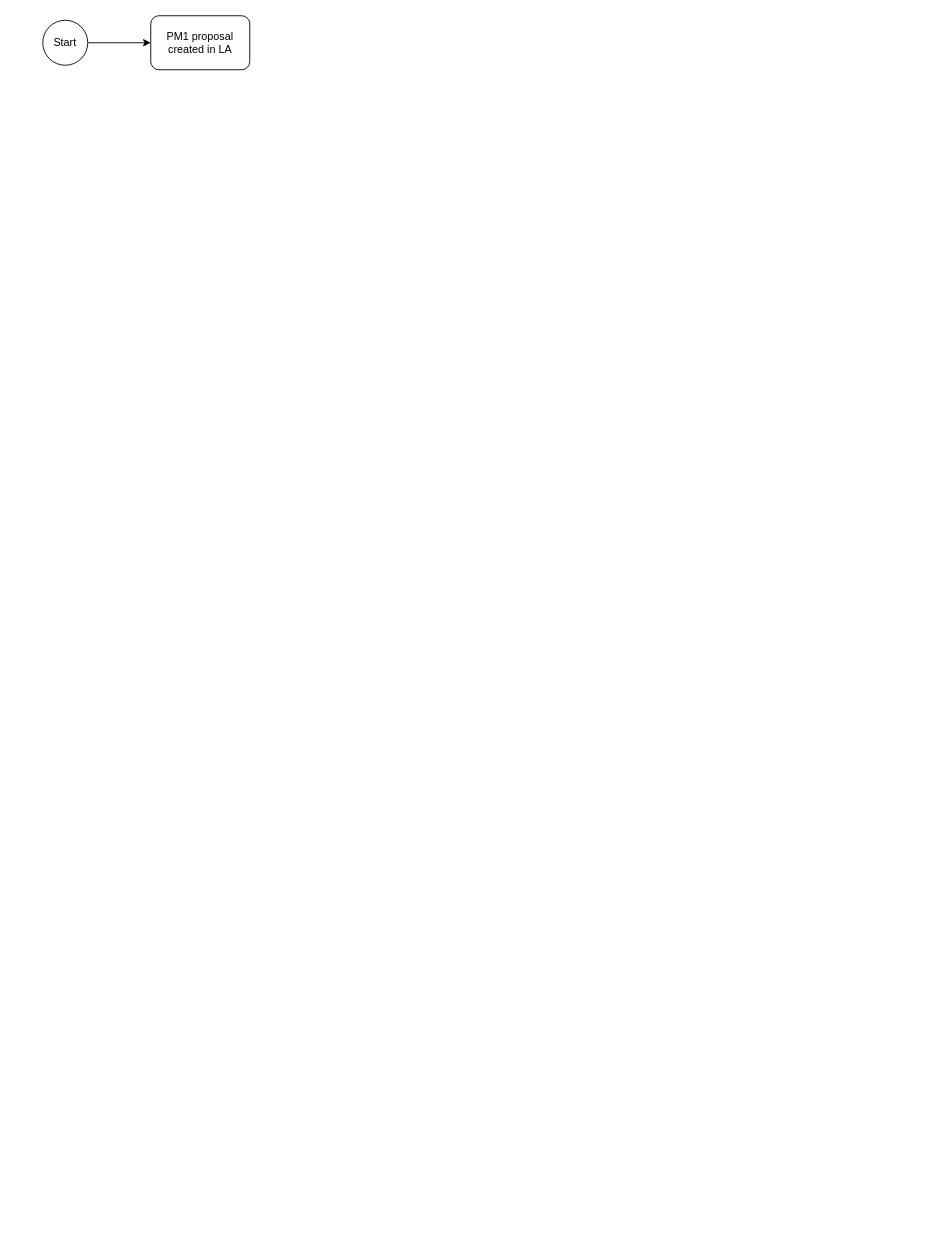
The draw.io diagram page "PruShield Projection" (10 of 11) of HS.drawio in Jefferzonlee/WorkFlow-BPR, before the edit. Source tidied: cells renumbered, new cells numbered last; positions are measured from the earlier drawing's top-left corner, leaving out a move shared by most shapes. Both pictures are drawn from the tidied source at 90%, with x=0, y=0 at pixel (42, 15).
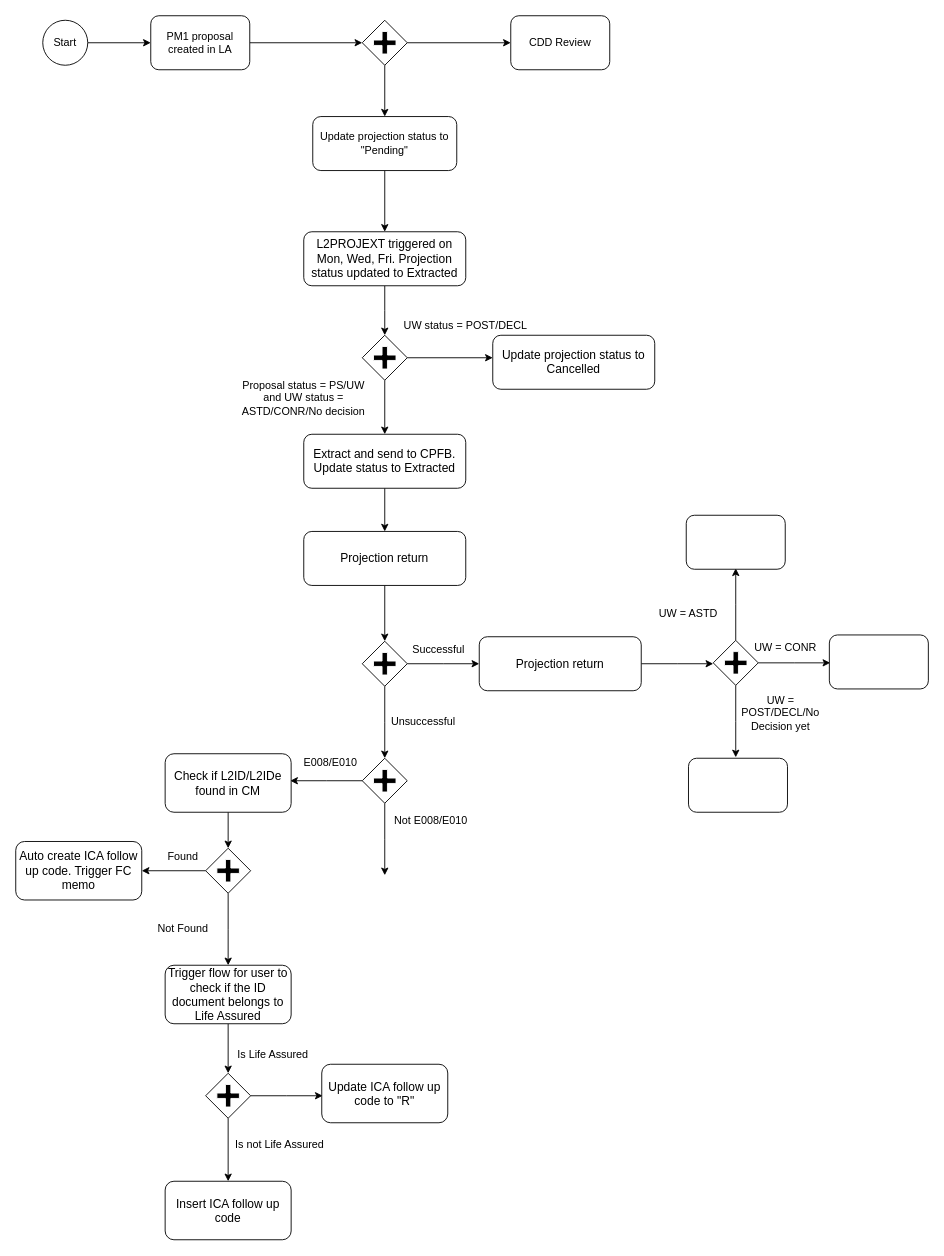
After the change.

Unchanged cells that the change refers to:
```xml
<mxCell id="4" value="PM1 proposal created in LA" style="rounded=1;whiteSpace=wrap;html=1;" parent="1" vertex="1">
  <mxGeometry x="120" width="110" height="60" as="geometry" />
</mxCell>
```

The edit, as a diff of the source:
```diff
@@
+    <mxCell id="5" style="edgeStyle=orthogonalEdgeStyle;rounded=0;jettySize=auto;html=1;entryX=0;entryY=0.5;entryDx=0;entryDy=0;" parent="1" edge="1" source="4" target="16">
+      <mxGeometry relative="1" as="geometry" />
+    </mxCell>
@@
+    <mxCell id="6" style="edgeStyle=orthogonalEdgeStyle;rounded=0;jettySize=auto;html=1;" parent="1" edge="1" source="7" target="9">
+      <mxGeometry relative="1" as="geometry" />
+    </mxCell>
+    <mxCell id="7" value="Update projection status to &quot;Pending&quot;" style="rounded=1;whiteSpace=wrap;html=1;" parent="1" vertex="1">
+      <mxGeometry x="300" y="112" width="160" height="60" as="geometry" />
+    </mxCell>
+    <mxCell id="8" style="edgeStyle=orthogonalEdgeStyle;rounded=0;jettySize=auto;html=1;" parent="1" edge="1" source="9">
+      <mxGeometry relative="1" as="geometry">
+        <mxPoint x="380" y="355" as="targetPoint" />
+      </mxGeometry>
+    </mxCell>
+    <mxCell id="9" value="&lt;span lang=&quot;EN-AU&quot; style=&quot;font-size: 10.0pt ; font-family: &amp;#34;arial&amp;#34; , sans-serif&quot;&gt;L2PROJEXT triggered on Mon, Wed, Fri. Projection status updated to Extracted&lt;/span&gt;" style="rounded=1;whiteSpace=wrap;html=1;" parent="1" vertex="1">
+      <mxGeometry x="290" y="240" width="180" height="60" as="geometry" />
+    </mxCell>
+    <mxCell id="10" style="edgeStyle=orthogonalEdgeStyle;rounded=0;jettySize=auto;html=1;" parent="1" edge="1" source="11" target="13">
+      <mxGeometry relative="1" as="geometry" />
+    </mxCell>
+    <mxCell id="11" value="&lt;span lang=&quot;EN-AU&quot; style=&quot;font-size: 10.0pt ; font-family: &amp;#34;arial&amp;#34; , sans-serif&quot;&gt;Extract and send to CPFB. Update status to Extracted&lt;/span&gt;" style="rounded=1;whiteSpace=wrap;html=1;" parent="1" vertex="1">
+      <mxGeometry x="290" y="465" width="180" height="60" as="geometry" />
+    </mxCell>
+    <mxCell id="12" style="edgeStyle=orthogonalEdgeStyle;rounded=0;jettySize=auto;html=1;entryX=0.5;entryY=0;entryDx=0;entryDy=0;" parent="1" edge="1" source="13" target="26">
+      <mxGeometry relative="1" as="geometry" />
+    </mxCell>
+    <mxCell id="13" value="&lt;span lang=&quot;EN-AU&quot; style=&quot;font-size: 10.0pt ; font-family: &amp;#34;arial&amp;#34; , sans-serif&quot;&gt;Projection return&lt;/span&gt;" style="rounded=1;whiteSpace=wrap;html=1;" parent="1" vertex="1">
+      <mxGeometry x="290" y="573" width="180" height="60" as="geometry" />
+    </mxCell>
+    <mxCell id="14" style="edgeStyle=orthogonalEdgeStyle;rounded=0;jettySize=auto;html=1;entryX=0;entryY=0.5;entryDx=0;entryDy=0;" parent="1" edge="1" source="16" target="17">
+      <mxGeometry relative="1" as="geometry" />
+    </mxCell>
+    <mxCell id="15" style="edgeStyle=orthogonalEdgeStyle;rounded=0;jettySize=auto;html=1;entryX=0.5;entryY=0;entryDx=0;entryDy=0;" parent="1" edge="1" source="16" target="7">
+      <mxGeometry relative="1" as="geometry" />
+    </mxCell>
+    <mxCell id="16" style="shape=mxgraph.bpmn.shape;html=1;verticalLabelPosition=bottom;labelBackgroundColor=#ffffff;verticalAlign=top;align=center;perimeter=rhombusPerimeter;background=gateway;outlineConnect=0;outline=none;symbol=parallelGw;" parent="1" vertex="1">
+      <mxGeometry x="355" y="5" width="50" height="50" as="geometry" />
+    </mxCell>
+    <mxCell id="17" value="CDD Review" style="rounded=1;whiteSpace=wrap;html=1;" parent="1" vertex="1">
+      <mxGeometry x="520" width="110" height="60" as="geometry" />
+    </mxCell>
+    <mxCell id="18" style="edgeStyle=orthogonalEdgeStyle;rounded=0;jettySize=auto;html=1;" parent="1" edge="1" source="20">
+      <mxGeometry relative="1" as="geometry">
+        <mxPoint x="500" y="380" as="targetPoint" />
+      </mxGeometry>
+    </mxCell>
+    <mxCell id="19" style="edgeStyle=orthogonalEdgeStyle;rounded=0;jettySize=auto;html=1;entryX=0.5;entryY=0;entryDx=0;entryDy=0;" parent="1" edge="1" source="20" target="11">
+      <mxGeometry relative="1" as="geometry" />
+    </mxCell>
+    <mxCell id="20" style="shape=mxgraph.bpmn.shape;html=1;verticalLabelPosition=bottom;labelBackgroundColor=#ffffff;verticalAlign=top;align=center;perimeter=rhombusPerimeter;background=gateway;outlineConnect=0;outline=none;symbol=parallelGw;" parent="1" vertex="1">
+      <mxGeometry x="355" y="355" width="50" height="50" as="geometry" />
+    </mxCell>
+    <mxCell id="21" value="Proposal status = PS/UW and UW status = ASTD/CONR/No decision" style="text;html=1;strokeColor=none;fillColor=none;align=center;verticalAlign=middle;whiteSpace=wrap;rounded=0;" parent="1" vertex="1">
+      <mxGeometry x="210" y="415" width="160" height="20" as="geometry" />
+    </mxCell>
+    <mxCell id="22" value="UW status = POST/DECL" style="text;html=1;strokeColor=none;fillColor=none;align=center;verticalAlign=middle;whiteSpace=wrap;rounded=0;" parent="1" vertex="1">
+      <mxGeometry x="390" y="335" width="160" height="20" as="geometry" />
+    </mxCell>
+    <mxCell id="23" value="&lt;span lang=&quot;EN-AU&quot; style=&quot;font-size: 10.0pt ; font-family: &amp;#34;arial&amp;#34; , sans-serif&quot;&gt;Update projection status to Cancelled&lt;/span&gt;" style="rounded=1;whiteSpace=wrap;html=1;" parent="1" vertex="1">
+      <mxGeometry x="500" y="355" width="180" height="60" as="geometry" />
+    </mxCell>
+    <mxCell id="24" style="edgeStyle=orthogonalEdgeStyle;rounded=0;jettySize=auto;html=1;" parent="1" edge="1" source="26">
+      <mxGeometry relative="1" as="geometry">
+        <mxPoint x="485" y="720" as="targetPoint" />
+      </mxGeometry>
+    </mxCell>
+    <mxCell id="25" style="edgeStyle=orthogonalEdgeStyle;rounded=0;jettySize=auto;html=1;" parent="1" edge="1" source="26">
+      <mxGeometry relative="1" as="geometry">
+        <mxPoint x="380" y="825" as="targetPoint" />
+      </mxGeometry>
+    </mxCell>
+    <mxCell id="26" style="shape=mxgraph.bpmn.shape;html=1;verticalLabelPosition=bottom;labelBackgroundColor=#ffffff;verticalAlign=top;align=center;perimeter=rhombusPerimeter;background=gateway;outlineConnect=0;outline=none;symbol=parallelGw;" parent="1" vertex="1">
+      <mxGeometry x="355" y="695" width="50" height="50" as="geometry" />
+    </mxCell>
+    <mxCell id="27" style="edgeStyle=orthogonalEdgeStyle;rounded=0;jettySize=auto;html=1;" parent="1" edge="1" source="28">
+      <mxGeometry relative="1" as="geometry">
+        <mxPoint x="745" y="720" as="targetPoint" />
+      </mxGeometry>
+    </mxCell>
+    <mxCell id="28" value="&lt;span lang=&quot;EN-AU&quot; style=&quot;font-size: 10.0pt ; font-family: &amp;#34;arial&amp;#34; , sans-serif&quot;&gt;Projection return&lt;/span&gt;" style="rounded=1;whiteSpace=wrap;html=1;" parent="1" vertex="1">
+      <mxGeometry x="485" y="690" width="180" height="60" as="geometry" />
+    </mxCell>
+    <mxCell id="29" value="Successful" style="text;html=1;strokeColor=none;fillColor=none;align=center;verticalAlign=middle;whiteSpace=wrap;rounded=0;" parent="1" vertex="1">
+      <mxGeometry x="420" y="695" width="40" height="20" as="geometry" />
+    </mxCell>
+    <mxCell id="30" value="Unsuccessful" style="text;html=1;strokeColor=none;fillColor=none;align=center;verticalAlign=middle;whiteSpace=wrap;rounded=0;" parent="1" vertex="1">
+      <mxGeometry x="403" y="775" width="40" height="20" as="geometry" />
+    </mxCell>
+    <mxCell id="31" style="edgeStyle=orthogonalEdgeStyle;rounded=0;jettySize=auto;html=1;" parent="1" edge="1" source="33">
+      <mxGeometry relative="1" as="geometry">
+        <mxPoint x="275" y="850" as="targetPoint" />
+      </mxGeometry>
+    </mxCell>
+    <mxCell id="32" style="edgeStyle=orthogonalEdgeStyle;rounded=0;jettySize=auto;html=1;" parent="1" edge="1" source="33">
+      <mxGeometry relative="1" as="geometry">
+        <mxPoint x="380" y="955" as="targetPoint" />
+      </mxGeometry>
+    </mxCell>
+    <mxCell id="33" style="shape=mxgraph.bpmn.shape;html=1;verticalLabelPosition=bottom;labelBackgroundColor=#ffffff;verticalAlign=top;align=center;perimeter=rhombusPerimeter;background=gateway;outlineConnect=0;outline=none;symbol=parallelGw;" parent="1" vertex="1">
+      <mxGeometry x="355" y="825" width="50" height="50" as="geometry" />
+    </mxCell>
+    <mxCell id="34" style="edgeStyle=orthogonalEdgeStyle;rounded=0;jettySize=auto;html=1;" parent="1" edge="1" source="37">
+      <mxGeometry relative="1" as="geometry">
+        <mxPoint x="770" y="614" as="targetPoint" />
+      </mxGeometry>
+    </mxCell>
+    <mxCell id="35" style="edgeStyle=orthogonalEdgeStyle;rounded=0;jettySize=auto;html=1;" parent="1" edge="1" source="37">
+      <mxGeometry relative="1" as="geometry">
+        <mxPoint x="875" y="719" as="targetPoint" />
+      </mxGeometry>
+    </mxCell>
+    <mxCell id="36" style="edgeStyle=orthogonalEdgeStyle;rounded=0;jettySize=auto;html=1;" parent="1" edge="1" source="37">
+      <mxGeometry relative="1" as="geometry">
+        <mxPoint x="770" y="824" as="targetPoint" />
+      </mxGeometry>
+    </mxCell>
+    <mxCell id="37" style="shape=mxgraph.bpmn.shape;html=1;verticalLabelPosition=bottom;labelBackgroundColor=#ffffff;verticalAlign=top;align=center;perimeter=rhombusPerimeter;background=gateway;outlineConnect=0;outline=none;symbol=parallelGw;" parent="1" vertex="1">
+      <mxGeometry x="745" y="694" width="50" height="50" as="geometry" />
+    </mxCell>
+    <mxCell id="38" style="rounded=1;whiteSpace=wrap;html=1;" parent="1" vertex="1">
+      <mxGeometry x="715" y="555" width="110" height="60" as="geometry" />
+    </mxCell>
+    <mxCell id="39" value="UW = ASTD" style="text;html=1;strokeColor=none;fillColor=none;align=center;verticalAlign=middle;whiteSpace=wrap;rounded=0;" parent="1" vertex="1">
+      <mxGeometry x="680" y="655" width="75" height="20" as="geometry" />
+    </mxCell>
+    <mxCell id="40" style="rounded=1;whiteSpace=wrap;html=1;" parent="1" vertex="1">
+      <mxGeometry x="874" y="688" width="110" height="60" as="geometry" />
+    </mxCell>
+    <mxCell id="41" value="UW = CONR" style="text;html=1;strokeColor=none;fillColor=none;align=center;verticalAlign=middle;whiteSpace=wrap;rounded=0;" parent="1" vertex="1">
+      <mxGeometry x="787.5" y="692" width="75" height="20" as="geometry" />
+    </mxCell>
+    <mxCell id="42" style="rounded=1;whiteSpace=wrap;html=1;" parent="1" vertex="1">
+      <mxGeometry x="717.5" y="825" width="110" height="60" as="geometry" />
+    </mxCell>
+    <mxCell id="43" value="UW = POST/DECL/No Decision yet" style="text;html=1;strokeColor=none;fillColor=none;align=center;verticalAlign=middle;whiteSpace=wrap;rounded=0;" parent="1" vertex="1">
+      <mxGeometry x="780" y="765" width="80" height="20" as="geometry" />
+    </mxCell>
+    <mxCell id="44" style="edgeStyle=orthogonalEdgeStyle;rounded=0;jettySize=auto;html=1;" parent="1" edge="1" source="45" target="50">
+      <mxGeometry relative="1" as="geometry" />
+    </mxCell>
+    <mxCell id="45" value="&lt;span lang=&quot;EN-AU&quot; style=&quot;font-size: 10.0pt ; font-family: &amp;#34;arial&amp;#34; , sans-serif&quot;&gt;Check if L2ID/L2IDe found in CM&lt;/span&gt;" style="rounded=1;whiteSpace=wrap;html=1;" parent="1" vertex="1">
+      <mxGeometry x="136" y="820" width="140" height="65" as="geometry" />
+    </mxCell>
+    <mxCell id="46" value="E008/E010" style="text;html=1;strokeColor=none;fillColor=none;align=center;verticalAlign=middle;whiteSpace=wrap;rounded=0;" parent="1" vertex="1">
+      <mxGeometry x="280" y="820" width="80" height="20" as="geometry" />
+    </mxCell>
+    <mxCell id="47" value="Not E008/E010" style="text;html=1;strokeColor=none;fillColor=none;align=center;verticalAlign=middle;whiteSpace=wrap;rounded=0;" parent="1" vertex="1">
+      <mxGeometry x="383" y="885" width="97" height="20" as="geometry" />
+    </mxCell>
+    <mxCell id="48" style="edgeStyle=orthogonalEdgeStyle;rounded=0;jettySize=auto;html=1;" parent="1" edge="1" source="50" target="51">
+      <mxGeometry relative="1" as="geometry" />
+    </mxCell>
+    <mxCell id="49" style="edgeStyle=orthogonalEdgeStyle;rounded=0;jettySize=auto;html=1;" parent="1" edge="1" source="50">
+      <mxGeometry relative="1" as="geometry">
+        <mxPoint x="206" y="1055" as="targetPoint" />
+      </mxGeometry>
+    </mxCell>
+    <mxCell id="50" style="shape=mxgraph.bpmn.shape;html=1;verticalLabelPosition=bottom;labelBackgroundColor=#ffffff;verticalAlign=top;align=center;perimeter=rhombusPerimeter;background=gateway;outlineConnect=0;outline=none;symbol=parallelGw;" parent="1" vertex="1">
+      <mxGeometry x="181" y="925" width="50" height="50" as="geometry" />
+    </mxCell>
+    <mxCell id="51" value="&lt;span lang=&quot;EN-AU&quot; style=&quot;font-size: 10.0pt ; font-family: &amp;#34;arial&amp;#34; , sans-serif&quot;&gt;Auto create ICA follow up code. Trigger FC memo&lt;/span&gt;" style="rounded=1;whiteSpace=wrap;html=1;" parent="1" vertex="1">
+      <mxGeometry x="-30" y="917.5" width="140" height="65" as="geometry" />
+    </mxCell>
+    <mxCell id="52" style="edgeStyle=orthogonalEdgeStyle;rounded=0;jettySize=auto;html=1;" parent="1" edge="1" source="53" target="58">
+      <mxGeometry relative="1" as="geometry" />
+    </mxCell>
+    <mxCell id="53" value="&lt;span lang=&quot;EN-AU&quot; style=&quot;font-size: 10.0pt ; font-family: &amp;#34;arial&amp;#34; , sans-serif&quot;&gt;Trigger flow for user to check if the ID document belongs to Life Assured&lt;/span&gt;" style="rounded=1;whiteSpace=wrap;html=1;" parent="1" vertex="1">
+      <mxGeometry x="136" y="1055" width="140" height="65" as="geometry" />
+    </mxCell>
+    <mxCell id="54" value="Found" style="text;html=1;strokeColor=none;fillColor=none;align=center;verticalAlign=middle;whiteSpace=wrap;rounded=0;" parent="1" vertex="1">
+      <mxGeometry x="136" y="925" width="40" height="20" as="geometry" />
+    </mxCell>
+    <mxCell id="55" value="Not Found" style="text;html=1;strokeColor=none;fillColor=none;align=center;verticalAlign=middle;whiteSpace=wrap;rounded=0;" parent="1" vertex="1">
+      <mxGeometry x="116" y="1005" width="80" height="20" as="geometry" />
+    </mxCell>
+    <mxCell id="56" style="edgeStyle=orthogonalEdgeStyle;rounded=0;jettySize=auto;html=1;" parent="1" edge="1" source="58" target="61">
+      <mxGeometry relative="1" as="geometry" />
+    </mxCell>
+    <mxCell id="57" style="edgeStyle=orthogonalEdgeStyle;rounded=0;jettySize=auto;html=1;" parent="1" edge="1" source="58">
+      <mxGeometry relative="1" as="geometry">
+        <mxPoint x="311" y="1200" as="targetPoint" />
+      </mxGeometry>
+    </mxCell>
+    <mxCell id="58" style="shape=mxgraph.bpmn.shape;html=1;verticalLabelPosition=bottom;labelBackgroundColor=#ffffff;verticalAlign=top;align=center;perimeter=rhombusPerimeter;background=gateway;outlineConnect=0;outline=none;symbol=parallelGw;" parent="1" vertex="1">
+      <mxGeometry x="181" y="1175" width="50" height="50" as="geometry" />
+    </mxCell>
+    <mxCell id="59" value="Is Life Assured" style="text;html=1;strokeColor=none;fillColor=none;align=center;verticalAlign=middle;whiteSpace=wrap;rounded=0;" parent="1" vertex="1">
+      <mxGeometry x="206" y="1145" width="100" height="20" as="geometry" />
+    </mxCell>
+    <mxCell id="60" value="Is not Life Assured" style="text;html=1;strokeColor=none;fillColor=none;align=center;verticalAlign=middle;whiteSpace=wrap;rounded=0;" parent="1" vertex="1">
+      <mxGeometry x="206" y="1245" width="115" height="20" as="geometry" />
+    </mxCell>
+    <mxCell id="61" value="&lt;font face=&quot;arial, sans-serif&quot;&gt;&lt;span style=&quot;font-size: 13.3333px&quot;&gt;Insert ICA follow up code&lt;/span&gt;&lt;/font&gt;" style="rounded=1;whiteSpace=wrap;html=1;" parent="1" vertex="1">
+      <mxGeometry x="136" y="1295" width="140" height="65" as="geometry" />
+    </mxCell>
+    <mxCell id="62" value="&lt;span lang=&quot;EN-AU&quot; style=&quot;font-size: 10.0pt ; font-family: &amp;#34;arial&amp;#34; , sans-serif&quot;&gt;Update ICA follow up code to &quot;R&quot;&lt;/span&gt;" style="rounded=1;whiteSpace=wrap;html=1;" parent="1" vertex="1">
+      <mxGeometry x="310" y="1165" width="140" height="65" as="geometry" />
+    </mxCell>
```
